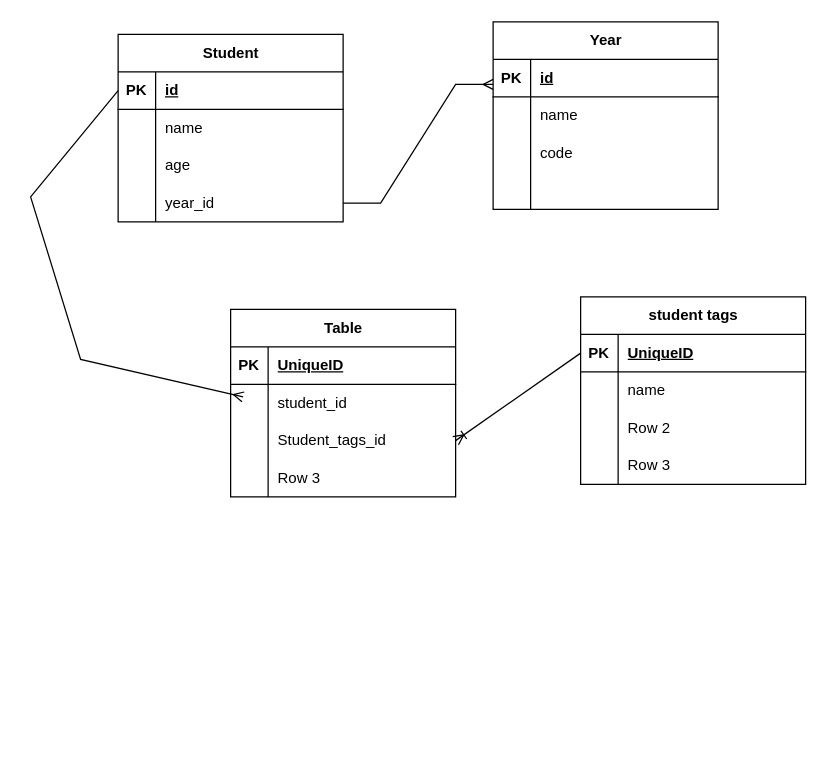
The draw.io diagram aspirex_student_managment/er/er.drawio in nalakam/aspirex, before the edit. Source tidied: cells renumbered, new cells numbered last; positions are measured from the earlier drawing's top-left corner, leaving out a move shared by most shapes. Both pictures are drawn from the tidied source at 125%, with x=0, y=0 at pixel (30, 21).
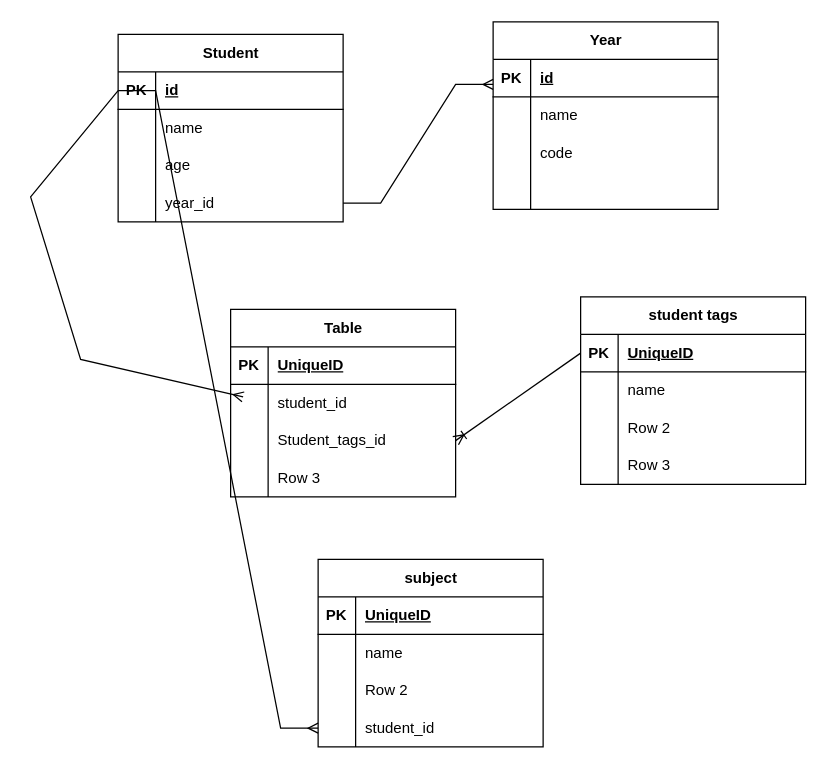
The same page after the edit.

Unchanged cells that the change refers to:
```xml
<mxCell id="3" style="shape=tableRow;horizontal=0;startSize=0;swimlaneHead=0;swimlaneBody=0;fillColor=none;points=[[0,0.5],[1,0.5]];portConstraint=eastwest;top=0;left=0;right=0;bottom=1;" parent="2" vertex="1">
  <mxGeometry y="30" width="180" height="30" as="geometry" />
</mxCell>
```

Change to the diagram source:
```diff
@@
+    <mxCell id="57" value="subject" style="shape=table;startSize=30;childLayout=tableLayout;rowLines=0;fontStyle=1;align=center;html=1;" parent="1" vertex="1">
+      <mxGeometry x="230" y="430" width="180" height="150" as="geometry" />
+    </mxCell>
+    <mxCell id="58" style="shape=tableRow;horizontal=0;startSize=0;swimlaneHead=0;swimlaneBody=0;fillColor=none;top=0;left=0;right=0;bottom=1;" parent="57" vertex="1">
+      <mxGeometry y="30" width="180" height="30" as="geometry" />
+    </mxCell>
+    <mxCell id="59" value="PK" style="shape=partialRectangle;fillColor=none;top=0;left=0;bottom=0;right=0;fontStyle=1;overflow=hidden;whiteSpace=wrap;html=1;" parent="58" vertex="1">
+      <mxGeometry width="30" height="30" as="geometry" />
+    </mxCell>
+    <mxCell id="60" value="UniqueID" style="shape=partialRectangle;fillColor=none;top=0;left=0;bottom=0;right=0;align=left;spacingLeft=6;fontStyle=5;overflow=hidden;whiteSpace=wrap;html=1;" parent="58" vertex="1">
+      <mxGeometry x="30" width="150" height="30" as="geometry" />
+    </mxCell>
+    <mxCell id="61" style="shape=tableRow;horizontal=0;startSize=0;swimlaneHead=0;swimlaneBody=0;fillColor=none;top=0;left=0;right=0;bottom=0;" parent="57" vertex="1">
+      <mxGeometry y="60" width="180" height="30" as="geometry" />
+    </mxCell>
+    <mxCell id="62" style="shape=partialRectangle;fillColor=none;top=0;left=0;bottom=0;right=0;overflow=hidden;whiteSpace=wrap;html=1;" parent="61" vertex="1">
+      <mxGeometry width="30" height="30" as="geometry" />
+    </mxCell>
+    <mxCell id="63" value="name" style="shape=partialRectangle;fillColor=none;top=0;left=0;bottom=0;right=0;align=left;spacingLeft=6;overflow=hidden;whiteSpace=wrap;html=1;" parent="61" vertex="1">
+      <mxGeometry x="30" width="150" height="30" as="geometry" />
+    </mxCell>
+    <mxCell id="64" style="shape=tableRow;horizontal=0;startSize=0;swimlaneHead=0;swimlaneBody=0;fillColor=none;top=0;left=0;right=0;bottom=0;" parent="57" vertex="1">
+      <mxGeometry y="90" width="180" height="30" as="geometry" />
+    </mxCell>
+    <mxCell id="65" style="shape=partialRectangle;fillColor=none;top=0;left=0;bottom=0;right=0;overflow=hidden;whiteSpace=wrap;html=1;" parent="64" vertex="1">
+      <mxGeometry width="30" height="30" as="geometry" />
+    </mxCell>
+    <mxCell id="66" value="Row 2" style="shape=partialRectangle;fillColor=none;top=0;left=0;bottom=0;right=0;align=left;spacingLeft=6;overflow=hidden;whiteSpace=wrap;html=1;" parent="64" vertex="1">
+      <mxGeometry x="30" width="150" height="30" as="geometry" />
+    </mxCell>
+    <mxCell id="67" style="shape=tableRow;horizontal=0;startSize=0;swimlaneHead=0;swimlaneBody=0;fillColor=none;points=[[0,0.5],[1,0.5]];portConstraint=eastwest;top=0;left=0;right=0;bottom=0;" parent="57" vertex="1">
+      <mxGeometry y="120" width="180" height="30" as="geometry" />
+    </mxCell>
+    <mxCell id="68" style="shape=partialRectangle;fillColor=none;top=0;left=0;bottom=0;right=0;overflow=hidden;whiteSpace=wrap;html=1;" parent="67" vertex="1">
+      <mxGeometry width="30" height="30" as="geometry" />
+    </mxCell>
+    <mxCell id="69" value="student_id" style="shape=partialRectangle;fillColor=none;top=0;left=0;bottom=0;right=0;align=left;spacingLeft=6;overflow=hidden;whiteSpace=wrap;html=1;" parent="67" vertex="1">
+      <mxGeometry x="30" width="150" height="30" as="geometry" />
+    </mxCell>
+    <mxCell id="70" style="edgeStyle=entityRelationEdgeStyle;fontSize=12;html=1;endArrow=ERmany;rounded=0;entryX=0;entryY=0.5;entryDx=0;entryDy=0;exitX=0;exitY=0.5;exitDx=0;exitDy=0;" parent="1" edge="1" source="3" target="67">
+      <mxGeometry relative="1" as="geometry" />
+    </mxCell>
```
